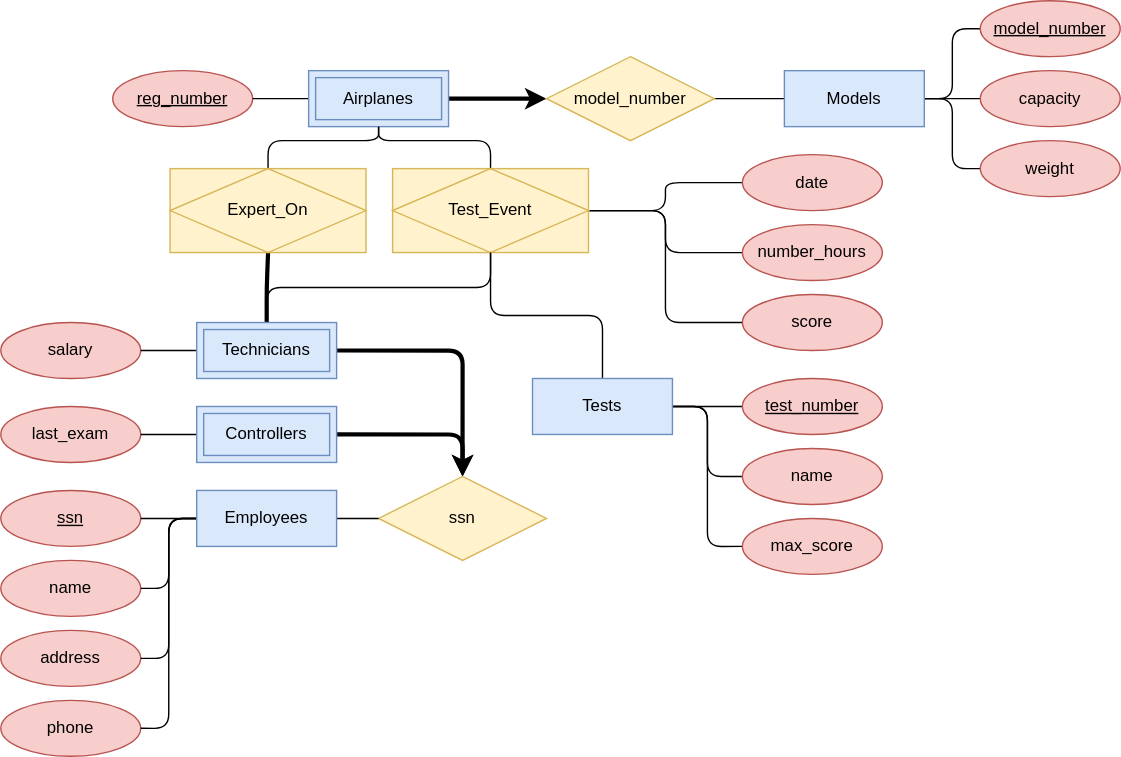
Above: AirportBase/ER.svg in eamonniknafs/sample-SQL-schemas (draw.io), before the change. Source tidied: cells renumbered, new cells last; positions are measured from the earlier drawing's top-left corner, leaving out a move shared by most shapes.
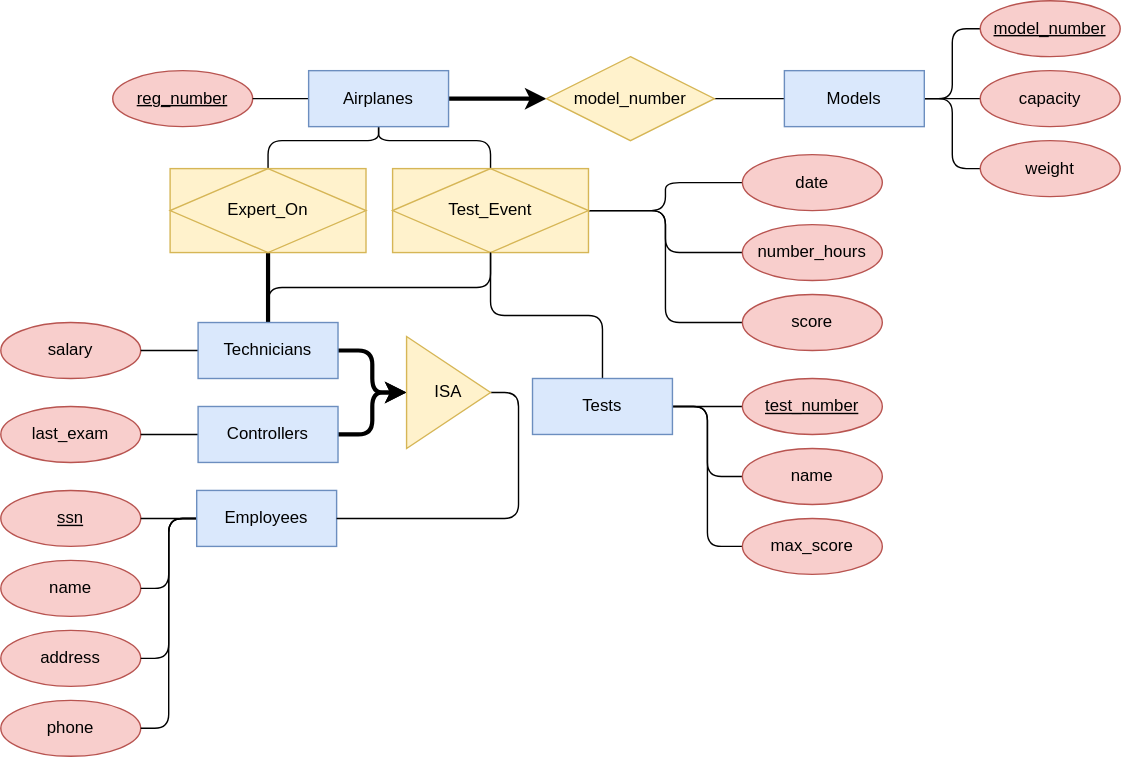
The same diagram one commit later.

Commit message:
Updated ER to include ISA, removed weak entities

What changed in the source:
```diff
@@ -11,9 +11,6 @@
     <mxCell id="4" style="edgeStyle=orthogonalEdgeStyle;rounded=1;jettySize=auto;html=1;exitX=1;exitY=0.5;exitDx=0;exitDy=0;entryX=0;entryY=0.5;entryDx=0;entryDy=0;labelBackgroundColor=default;fontFamily=Helvetica;fontSize=12;fontColor=default;endArrow=classic;endFill=1;strokeColor=default;strokeWidth=3;startArrow=none;startFill=0;" parent="1" edge="1" source="5" target="53">
       <mxGeometry relative="1" as="geometry" />
     </mxCell>
-    <mxCell id="5" value="Airplanes" style="shape=ext;margin=3;double=1;whiteSpace=wrap;html=1;align=center;fontFamily=Helvetica;fontSize=12;strokeColor=#6c8ebf;fillColor=#dae8fc;" parent="1" vertex="1">
-      <mxGeometry x="220" y="50" width="100" height="40" as="geometry" />
-    </mxCell>
     <mxCell id="6" style="edgeStyle=orthogonalEdgeStyle;shape=connector;rounded=1;jettySize=auto;html=1;exitX=0;exitY=0.5;exitDx=0;exitDy=0;entryX=1;entryY=0.5;entryDx=0;entryDy=0;labelBackgroundColor=default;fontFamily=Helvetica;fontSize=12;fontColor=default;endArrow=none;endFill=0;strokeColor=default;" parent="1" edge="1" source="10" target="53">
       <mxGeometry relative="1" as="geometry" />
     </mxCell>
@@ -38,7 +35,7 @@
     <mxCell id="13" value="model_number" style="ellipse;whiteSpace=wrap;html=1;align=center;fontStyle=4;fontFamily=Helvetica;fontSize=12;fontColor=default;strokeColor=#b85450;fillColor=#f8cecc;" parent="1" vertex="1">
       <mxGeometry x="700" width="100" height="40" as="geometry" />
     </mxCell>
-    <mxCell id="14" style="edgeStyle=orthogonalEdgeStyle;rounded=1;jettySize=auto;html=1;entryX=0.5;entryY=1;entryDx=0;entryDy=0;labelBackgroundColor=default;fontFamily=Helvetica;fontSize=12;fontColor=default;startArrow=none;startFill=0;endArrow=none;endFill=0;strokeColor=default;strokeWidth=3;" parent="1" edge="1" source="50" target="16">
+    <mxCell id="14" style="edgeStyle=orthogonalEdgeStyle;rounded=1;jettySize=auto;html=1;entryX=0.5;entryY=1;entryDx=0;entryDy=0;labelBackgroundColor=default;fontFamily=Helvetica;fontSize=12;fontColor=default;startArrow=none;startFill=0;endArrow=none;endFill=0;strokeColor=default;strokeWidth=3;exitX=0.5;exitY=0;exitDx=0;exitDy=0;" parent="1" edge="1" source="50" target="16">
       <mxGeometry relative="1" as="geometry" />
     </mxCell>
     <mxCell id="15" style="edgeStyle=orthogonalEdgeStyle;rounded=1;jettySize=auto;html=1;exitX=0.5;exitY=0;exitDx=0;exitDy=0;entryX=0.5;entryY=1;entryDx=0;entryDy=0;labelBackgroundColor=default;fontFamily=Helvetica;fontSize=12;fontColor=default;startArrow=none;startFill=0;endArrow=none;endFill=0;strokeColor=default;strokeWidth=1;" parent="1" edge="1" source="16" target="5">
@@ -116,15 +113,6 @@
     <mxCell id="39" value="score" style="ellipse;whiteSpace=wrap;html=1;align=center;fontFamily=Helvetica;fontSize=12;fontColor=default;strokeColor=#b85450;fillColor=#f8cecc;" parent="1" vertex="1">
       <mxGeometry x="530" y="210" width="100" height="40" as="geometry" />
     </mxCell>
-    <mxCell id="40" style="edgeStyle=orthogonalEdgeStyle;shape=connector;rounded=1;jettySize=auto;html=1;exitX=0.5;exitY=0;exitDx=0;exitDy=0;entryX=1;entryY=0.5;entryDx=0;entryDy=0;labelBackgroundColor=default;fontFamily=Helvetica;fontSize=12;fontColor=default;startArrow=classic;startFill=1;endArrow=none;endFill=0;strokeColor=default;strokeWidth=3;" parent="1" edge="1" source="42" target="52">
-      <mxGeometry relative="1" as="geometry" />
-    </mxCell>
-    <mxCell id="41" style="edgeStyle=orthogonalEdgeStyle;shape=connector;rounded=1;jettySize=auto;html=1;exitX=0.5;exitY=0;exitDx=0;exitDy=0;entryX=1;entryY=0.5;entryDx=0;entryDy=0;labelBackgroundColor=default;fontFamily=Helvetica;fontSize=12;fontColor=default;startArrow=classic;startFill=1;endArrow=none;endFill=0;strokeColor=default;strokeWidth=3;" parent="1" edge="1" source="42" target="50">
-      <mxGeometry relative="1" as="geometry" />
-    </mxCell>
-    <mxCell id="42" value="ssn" style="shape=rhombus;perimeter=rhombusPerimeter;whiteSpace=wrap;html=1;align=center;fontFamily=Helvetica;fontSize=12;strokeColor=#d6b656;fillColor=#fff2cc;" parent="1" vertex="1">
-      <mxGeometry x="270" y="340" width="120" height="60" as="geometry" />
-    </mxCell>
     <mxCell id="43" style="edgeStyle=orthogonalEdgeStyle;shape=connector;rounded=1;jettySize=auto;html=1;exitX=0;exitY=0.5;exitDx=0;exitDy=0;labelBackgroundColor=default;fontFamily=Helvetica;fontSize=12;fontColor=default;startArrow=none;startFill=0;endArrow=none;endFill=0;strokeColor=default;strokeWidth=1;" parent="1" edge="1" source="48" target="23">
       <mxGeometry relative="1" as="geometry" />
     </mxCell>
@@ -137,26 +125,38 @@
     <mxCell id="46" style="edgeStyle=orthogonalEdgeStyle;shape=connector;rounded=1;jettySize=auto;html=1;exitX=0;exitY=0.5;exitDx=0;exitDy=0;entryX=1;entryY=0.5;entryDx=0;entryDy=0;labelBackgroundColor=default;fontFamily=Helvetica;fontSize=12;fontColor=default;startArrow=none;startFill=0;endArrow=none;endFill=0;strokeColor=default;strokeWidth=1;" parent="1" edge="1" source="48" target="26">
       <mxGeometry relative="1" as="geometry" />
     </mxCell>
-    <mxCell id="47" style="edgeStyle=orthogonalEdgeStyle;shape=connector;rounded=1;jettySize=auto;html=1;exitX=1;exitY=0.5;exitDx=0;exitDy=0;labelBackgroundColor=default;fontFamily=Helvetica;fontSize=12;fontColor=default;startArrow=none;startFill=0;endArrow=none;endFill=0;strokeColor=default;strokeWidth=1;" parent="1" edge="1" source="48" target="42">
-      <mxGeometry relative="1" as="geometry" />
-    </mxCell>
     <mxCell id="48" value="Employees" style="whiteSpace=wrap;html=1;align=center;fontFamily=Helvetica;fontSize=12;strokeColor=#6c8ebf;fillColor=#dae8fc;" parent="1" vertex="1">
       <mxGeometry x="140" y="350" width="100" height="40" as="geometry" />
     </mxCell>
-    <mxCell id="49" style="edgeStyle=orthogonalEdgeStyle;shape=connector;rounded=1;jettySize=auto;html=1;labelBackgroundColor=default;fontFamily=Helvetica;fontSize=12;fontColor=default;startArrow=none;startFill=0;endArrow=none;endFill=0;strokeColor=default;strokeWidth=1;" parent="1" edge="1" source="50" target="32">
+    <mxCell id="49" style="edgeStyle=orthogonalEdgeStyle;shape=connector;rounded=1;jettySize=auto;html=1;labelBackgroundColor=default;fontFamily=Helvetica;fontSize=12;fontColor=default;startArrow=none;startFill=0;endArrow=none;endFill=0;strokeColor=default;strokeWidth=1;exitX=0;exitY=0.5;exitDx=0;exitDy=0;" parent="1" edge="1" source="50" target="32">
       <mxGeometry relative="1" as="geometry" />
     </mxCell>
+    <mxCell id="51" style="edgeStyle=orthogonalEdgeStyle;shape=connector;rounded=1;jettySize=auto;html=1;labelBackgroundColor=default;fontFamily=Helvetica;fontSize=12;fontColor=default;startArrow=none;startFill=0;endArrow=none;endFill=0;strokeColor=default;strokeWidth=1;exitX=0;exitY=0.5;exitDx=0;exitDy=0;" parent="1" edge="1" source="52" target="33">
+      <mxGeometry relative="1" as="geometry" />
+    </mxCell>
+    <mxCell id="53" value="model_number" style="shape=rhombus;perimeter=rhombusPerimeter;whiteSpace=wrap;html=1;align=center;fontFamily=Helvetica;fontSize=12;strokeColor=#d6b656;fillColor=#fff2cc;" parent="1" vertex="1">
+      <mxGeometry x="390" y="40" width="120" height="60" as="geometry" />
+    </mxCell>
+    <mxCell id="5" value="Airplanes" style="whiteSpace=wrap;html=1;align=center;fillColor=#dae8fc;strokeColor=#6c8ebf;" parent="1" vertex="1">
+      <mxGeometry x="220" y="50" width="100" height="40" as="geometry" />
+    </mxCell>
+    <mxCell id="54" style="edgeStyle=orthogonalEdgeStyle;rounded=1;jettySize=auto;html=1;exitX=1;exitY=0.5;exitDx=0;exitDy=0;entryX=0;entryY=0.5;entryDx=0;entryDy=0;strokeWidth=3;" parent="1" edge="1" source="50" target="57">
+      <mxGeometry relative="1" as="geometry" />
+    </mxCell>
-    <mxCell id="50" value="Technicians" style="shape=ext;margin=3;double=1;whiteSpace=wrap;html=1;align=center;fontFamily=Helvetica;fontSize=12;strokeColor=#6c8ebf;fillColor=#dae8fc;" parent="1" vertex="1">
-      <mxGeometry x="140" y="230" width="100" height="40" as="geometry" />
+    <mxCell id="50" value="Technicians" style="whiteSpace=wrap;html=1;align=center;fillColor=#dae8fc;strokeColor=#6c8ebf;" parent="1" vertex="1">
+      <mxGeometry x="141" y="230" width="100" height="40" as="geometry" />
     </mxCell>
-    <mxCell id="51" style="edgeStyle=orthogonalEdgeStyle;shape=connector;rounded=1;jettySize=auto;html=1;labelBackgroundColor=default;fontFamily=Helvetica;fontSize=12;fontColor=default;startArrow=none;startFill=0;endArrow=none;endFill=0;strokeColor=default;strokeWidth=1;" parent="1" edge="1" source="52" target="33">
-      <mxGeometry relative="1" as="geometry" />
-    </mxCell>
+    <mxCell id="55" style="edgeStyle=orthogonalEdgeStyle;rounded=1;jettySize=auto;html=1;exitX=1;exitY=0.5;exitDx=0;exitDy=0;strokeWidth=3;" parent="1" edge="1" source="52" target="57">
+      <mxGeometry relative="1" as="geometry" />
+    </mxCell>
-    <mxCell id="52" value="Controllers" style="shape=ext;margin=3;double=1;whiteSpace=wrap;html=1;align=center;fontFamily=Helvetica;fontSize=12;strokeColor=#6c8ebf;fillColor=#dae8fc;" parent="1" vertex="1">
-      <mxGeometry x="140" y="290" width="100" height="40" as="geometry" />
+    <mxCell id="52" value="Controllers" style="whiteSpace=wrap;html=1;align=center;fillColor=#dae8fc;strokeColor=#6c8ebf;" parent="1" vertex="1">
+      <mxGeometry x="141" y="290" width="100" height="40" as="geometry" />
     </mxCell>
-    <mxCell id="53" value="model_number" style="shape=rhombus;perimeter=rhombusPerimeter;whiteSpace=wrap;html=1;align=center;fontFamily=Helvetica;fontSize=12;strokeColor=#d6b656;fillColor=#fff2cc;" parent="1" vertex="1">
-      <mxGeometry x="390" y="40" width="120" height="60" as="geometry" />
-    </mxCell>
+    <mxCell id="56" style="edgeStyle=orthogonalEdgeStyle;rounded=1;jettySize=auto;html=1;exitX=1;exitY=0.5;exitDx=0;exitDy=0;strokeWidth=1;entryX=1;entryY=0.5;entryDx=0;entryDy=0;endArrow=none;endFill=0;" parent="1" edge="1" source="57" target="48">
+      <mxGeometry relative="1" as="geometry" />
+    </mxCell>
+    <mxCell id="57" value="ISA" style="triangle;whiteSpace=wrap;html=1;fillColor=#fff2cc;strokeColor=#d6b656;" parent="1" vertex="1">
+      <mxGeometry x="290" y="240" width="60" height="80" as="geometry" />
+    </mxCell>
   </root>
 </mxGraphModel>
```
